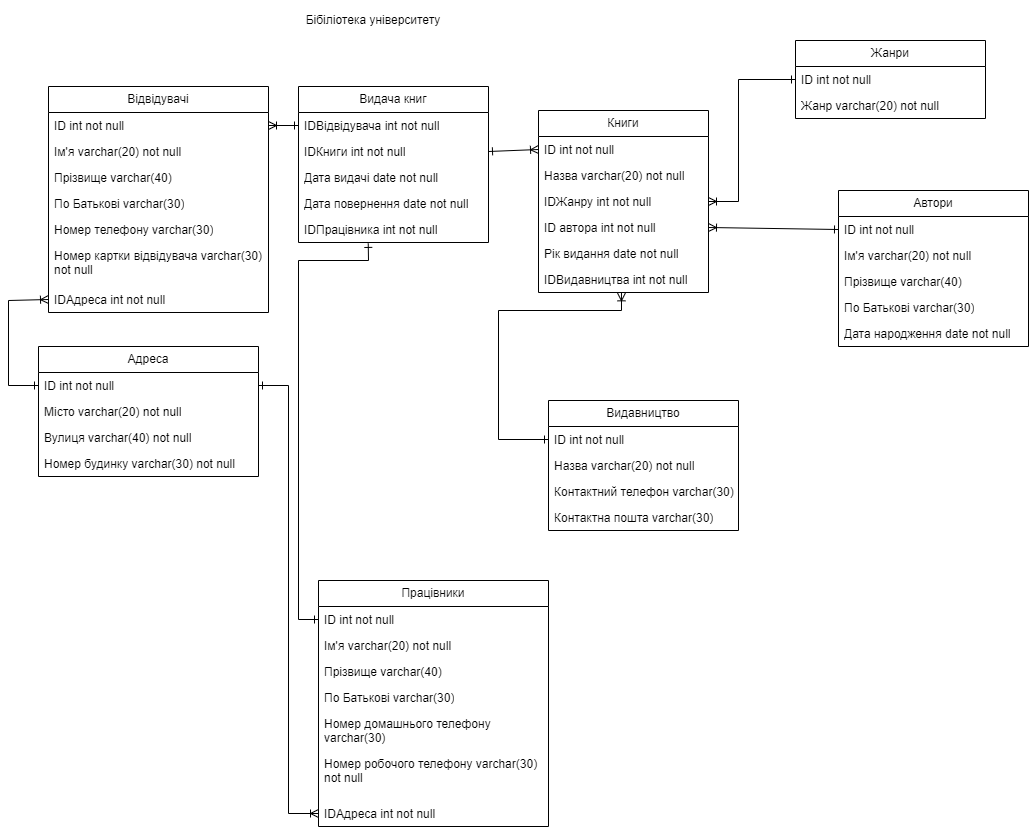
Before: SQL/Home_task_1/Home_task_1.drawio.png, a diagram exported from draw.io (Raven356/SSWU_OlexandrVorona_NET_CAMP). Source tidied: cells renumbered, new cells last; positions are measured from the earlier drawing's top-left corner, leaving out a move shared by most shapes.
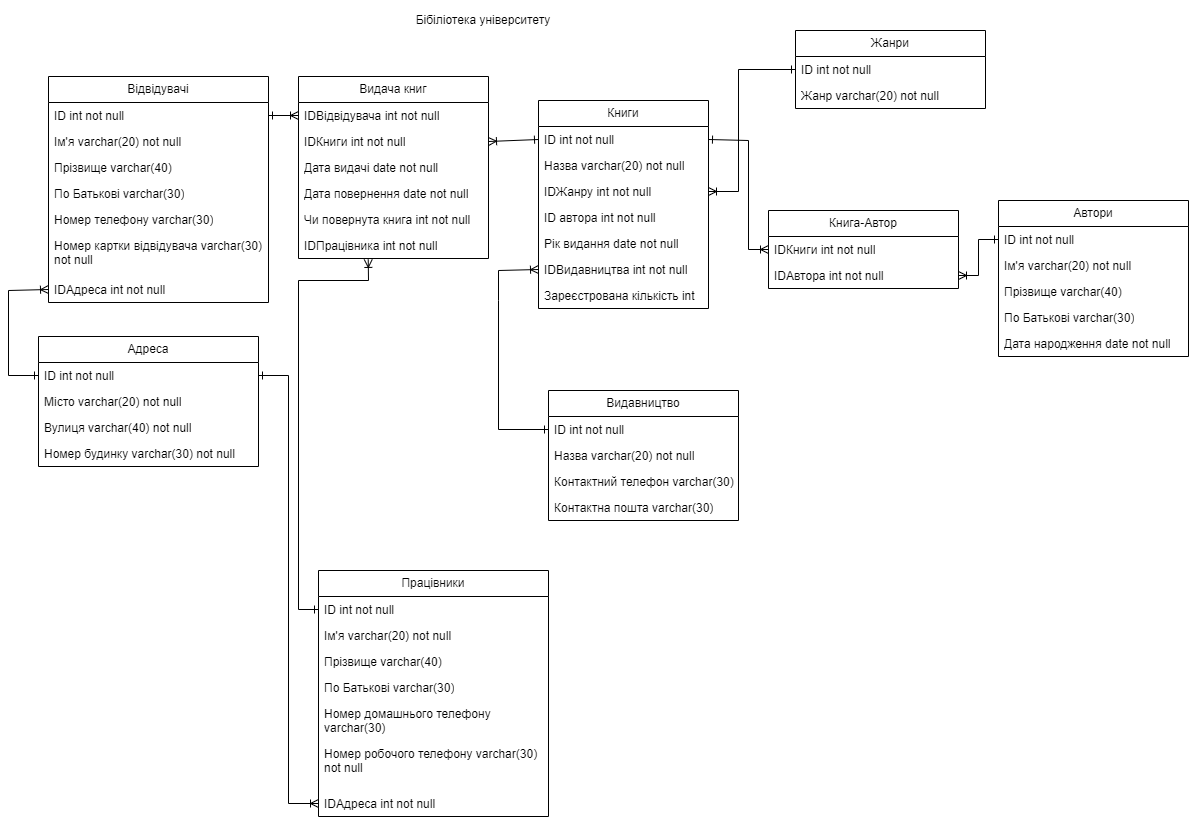
Later version of the same file.

The edit, as a diff of the source:
```diff
@@ -27,10 +27,10 @@
       <mxGeometry y="200" width="220" height="26" as="geometry" />
     </mxCell>
     <mxCell id="10" value="Бібіліотека університету&lt;br&gt;" style="text;html=1;strokeColor=none;fillColor=none;align=center;verticalAlign=middle;whiteSpace=wrap;rounded=0;" parent="1" vertex="1">
-      <mxGeometry x="280" width="170" height="40" as="geometry" />
+      <mxGeometry x="390" y="10" width="170" height="40" as="geometry" />
     </mxCell>
     <mxCell id="11" value="Книги" style="swimlane;fontStyle=0;horizontal=1;startSize=26;fillColor=none;whiteSpace=wrap;html=1;" parent="1" vertex="1">
-      <mxGeometry x="530" y="110" width="170" height="182" as="geometry" />
+      <mxGeometry x="530" y="110" width="170" height="208" as="geometry" />
     </mxCell>
     <mxCell id="12" value="ID int not null" style="text;strokeColor=none;fillColor=none;align=left;verticalAlign=top;spacingLeft=4;spacingRight=4;overflow=hidden;points=[[0,0.5],[1,0.5]];portConstraint=eastwest;whiteSpace=wrap;html=1;" parent="11" vertex="1">
       <mxGeometry y="26" width="170" height="26" as="geometry" />
@@ -50,8 +50,11 @@
     <mxCell id="17" value="IDВидавництва int not null" style="text;strokeColor=none;fillColor=none;align=left;verticalAlign=top;spacingLeft=4;spacingRight=4;overflow=hidden;points=[[0,0.5],[1,0.5]];portConstraint=eastwest;whiteSpace=wrap;html=1;" parent="11" vertex="1">
       <mxGeometry y="156" width="170" height="26" as="geometry" />
     </mxCell>
+    <mxCell id="59" value="Зареєстрована кількість int" style="text;strokeColor=none;fillColor=none;align=left;verticalAlign=top;spacingLeft=4;spacingRight=4;overflow=hidden;whiteSpace=wrap;html=1;" parent="11" vertex="1">
+      <mxGeometry y="182" width="170" height="26" as="geometry" />
+    </mxCell>
     <mxCell id="18" value="Видача книг" style="swimlane;fontStyle=0;horizontal=1;startSize=26;fillColor=none;whiteSpace=wrap;html=1;" parent="1" vertex="1">
-      <mxGeometry x="290" y="86" width="190" height="156" as="geometry" />
+      <mxGeometry x="290" y="86" width="190" height="182" as="geometry" />
     </mxCell>
     <mxCell id="19" value="IDВідвідувача int not null" style="text;strokeColor=none;fillColor=none;align=left;verticalAlign=top;spacingLeft=4;spacingRight=4;overflow=hidden;points=[[0,0.5],[1,0.5]];portConstraint=eastwest;whiteSpace=wrap;html=1;" parent="18" vertex="1">
       <mxGeometry y="26" width="190" height="26" as="geometry" />
@@ -65,17 +68,20 @@
     <mxCell id="22" value="Дата повернення date not null" style="text;strokeColor=none;fillColor=none;align=left;verticalAlign=top;spacingLeft=4;spacingRight=4;overflow=hidden;whiteSpace=wrap;html=1;" parent="18" vertex="1">
       <mxGeometry y="104" width="190" height="26" as="geometry" />
     </mxCell>
+    <mxCell id="60" value="Чи повернута книга int not null" style="text;strokeColor=none;fillColor=none;align=left;verticalAlign=top;spacingLeft=4;spacingRight=4;overflow=hidden;whiteSpace=wrap;html=1;" parent="18" vertex="1">
+      <mxGeometry y="130" width="190" height="26" as="geometry" />
+    </mxCell>
     <mxCell id="23" value="IDПрацівника int not null" style="text;strokeColor=none;fillColor=none;align=left;verticalAlign=top;spacingLeft=4;spacingRight=4;overflow=hidden;points=[[0,0.5],[1,0.5]];portConstraint=eastwest;whiteSpace=wrap;html=1;" parent="18" vertex="1">
-      <mxGeometry y="130" width="190" height="26" as="geometry" />
+      <mxGeometry y="156" width="190" height="26" as="geometry" />
     </mxCell>
-    <mxCell id="24" style="endArrow=ERoneToMany;html=1;rounded=0;entryX=1;entryY=0.5;entryDx=0;entryDy=0;exitX=0;exitY=0.5;exitDx=0;exitDy=0;endFill=0;startArrow=ERone;startFill=0;" parent="1" edge="1" source="19" target="3">
+    <mxCell id="24" style="endArrow=ERone;html=1;rounded=0;entryX=1;entryY=0.5;entryDx=0;entryDy=0;exitX=0;exitY=0.5;exitDx=0;exitDy=0;endFill=0;startArrow=ERoneToMany;startFill=0;" parent="1" edge="1" source="19" target="3">
       <mxGeometry relative="1" as="geometry" />
     </mxCell>
-    <mxCell id="25" style="endArrow=ERoneToMany;html=1;rounded=0;entryX=0;entryY=0.5;entryDx=0;entryDy=0;exitX=1;exitY=0.5;exitDx=0;exitDy=0;startArrow=ERone;startFill=0;endFill=0;" parent="1" edge="1" source="20" target="12">
+    <mxCell id="25" style="endArrow=ERone;html=1;rounded=0;entryX=0;entryY=0.5;entryDx=0;entryDy=0;exitX=1;exitY=0.5;exitDx=0;exitDy=0;startArrow=ERoneToMany;startFill=0;endFill=0;" parent="1" edge="1" source="20" target="12">
       <mxGeometry relative="1" as="geometry" />
     </mxCell>
     <mxCell id="26" value="Автори" style="swimlane;fontStyle=0;horizontal=1;startSize=26;fillColor=none;whiteSpace=wrap;html=1;" parent="1" vertex="1">
-      <mxGeometry x="830" y="190" width="190" height="156" as="geometry" />
+      <mxGeometry x="990" y="210" width="190" height="156" as="geometry" />
     </mxCell>
     <mxCell id="27" value="ID int not null" style="text;strokeColor=none;fillColor=none;align=left;verticalAlign=top;spacingLeft=4;spacingRight=4;overflow=hidden;points=[[0,0.5],[1,0.5]];portConstraint=eastwest;whiteSpace=wrap;html=1;" parent="26" vertex="1">
       <mxGeometry y="26" width="190" height="26" as="geometry" />
@@ -107,15 +113,12 @@
     <mxCell id="36" value="Контактна пошта varchar(30)" style="text;strokeColor=none;fillColor=none;align=left;verticalAlign=top;spacingLeft=4;spacingRight=4;overflow=hidden;whiteSpace=wrap;html=1;" parent="32" vertex="1">
       <mxGeometry y="104" width="190" height="26" as="geometry" />
     </mxCell>
-    <mxCell id="37" style="endArrow=ERoneToMany;html=1;rounded=0;entryX=1;entryY=0.5;entryDx=0;entryDy=0;exitX=0;exitY=0.5;exitDx=0;exitDy=0;startArrow=ERone;startFill=0;endFill=0;" parent="1" edge="1" source="27" target="15">
-      <mxGeometry relative="1" as="geometry" />
-    </mxCell>
-    <mxCell id="38" style="endArrow=ERoneToMany;html=1;rounded=0;entryX=0.488;entryY=1.013;entryDx=0;entryDy=0;entryPerimeter=0;exitX=0;exitY=0.5;exitDx=0;exitDy=0;startArrow=ERone;startFill=0;endFill=0;" parent="1" edge="1" source="33" target="17">
+    <mxCell id="38" style="endArrow=ERoneToMany;html=1;rounded=0;entryX=0;entryY=0.5;entryDx=0;entryDy=0;exitX=0;exitY=0.5;exitDx=0;exitDy=0;startArrow=ERone;startFill=0;endFill=0;" parent="1" edge="1" source="33" target="17">
       <mxGeometry relative="1" as="geometry">
         <Array as="points">
           <mxPoint x="490" y="439" />
           <mxPoint x="490" y="310" />
-          <mxPoint x="613" y="310" />
+          <mxPoint x="490" y="280" />
         </Array>
       </mxGeometry>
     </mxCell>
@@ -191,14 +194,39 @@
         </Array>
       </mxGeometry>
     </mxCell>
-    <mxCell id="58" style="endArrow=ERone;html=1;rounded=0;entryX=0.367;entryY=1.036;entryDx=0;entryDy=0;exitX=0;exitY=0.5;exitDx=0;exitDy=0;entryPerimeter=0;startArrow=ERone;startFill=0;endFill=0;" parent="1" edge="1" source="50" target="23">
+    <mxCell id="58" style="endArrow=ERoneToMany;html=1;rounded=0;entryX=0.367;entryY=1.036;entryDx=0;entryDy=0;exitX=0;exitY=0.5;exitDx=0;exitDy=0;entryPerimeter=0;startArrow=ERone;startFill=0;endFill=0;" parent="1" edge="1" source="50" target="23">
       <mxGeometry relative="1" as="geometry">
         <Array as="points">
           <mxPoint x="290" y="619" />
-          <mxPoint x="290" y="260" />
-          <mxPoint x="360" y="260" />
+          <mxPoint x="290" y="290" />
+          <mxPoint x="360" y="290" />
         </Array>
       </mxGeometry>
     </mxCell>
+    <mxCell id="61" value="Книга-Автор" style="swimlane;fontStyle=0;horizontal=1;startSize=26;fillColor=none;whiteSpace=wrap;html=1;" parent="1" vertex="1">
+      <mxGeometry x="760" y="220" width="190" height="78" as="geometry" />
+    </mxCell>
+    <mxCell id="62" value="IDКниги int not null" style="text;strokeColor=none;fillColor=none;align=left;verticalAlign=top;spacingLeft=4;spacingRight=4;overflow=hidden;points=[[0,0.5],[1,0.5]];portConstraint=eastwest;whiteSpace=wrap;html=1;" parent="61" vertex="1">
+      <mxGeometry y="26" width="190" height="26" as="geometry" />
+    </mxCell>
+    <mxCell id="63" value="IDАвтора int not null" style="text;strokeColor=none;fillColor=none;align=left;verticalAlign=top;spacingLeft=4;spacingRight=4;overflow=hidden;points=[[0,0.5],[1,0.5]];portConstraint=eastwest;whiteSpace=wrap;html=1;" parent="61" vertex="1">
+      <mxGeometry y="52" width="190" height="26" as="geometry" />
+    </mxCell>
+    <mxCell id="64" style="endArrow=ERoneToMany;html=1;rounded=0;entryX=0;entryY=0.5;entryDx=0;entryDy=0;exitX=1;exitY=0.5;exitDx=0;exitDy=0;startArrow=ERone;startFill=0;endFill=0;" parent="1" edge="1" source="12" target="62">
+      <mxGeometry relative="1" as="geometry">
+        <Array as="points">
+          <mxPoint x="740" y="150" />
+          <mxPoint x="740" y="259" />
+        </Array>
+      </mxGeometry>
+    </mxCell>
+    <mxCell id="65" style="endArrow=ERone;html=1;rounded=0;entryX=0;entryY=0.5;entryDx=0;entryDy=0;exitX=1;exitY=0.5;exitDx=0;exitDy=0;endFill=0;startArrow=ERoneToMany;startFill=0;" parent="1" edge="1" source="63" target="27">
+      <mxGeometry relative="1" as="geometry">
+        <Array as="points">
+          <mxPoint x="970" y="285" />
+          <mxPoint x="970" y="249" />
+        </Array>
+      </mxGeometry>
+    </mxCell>
   </root>
 </mxGraphModel>
```
